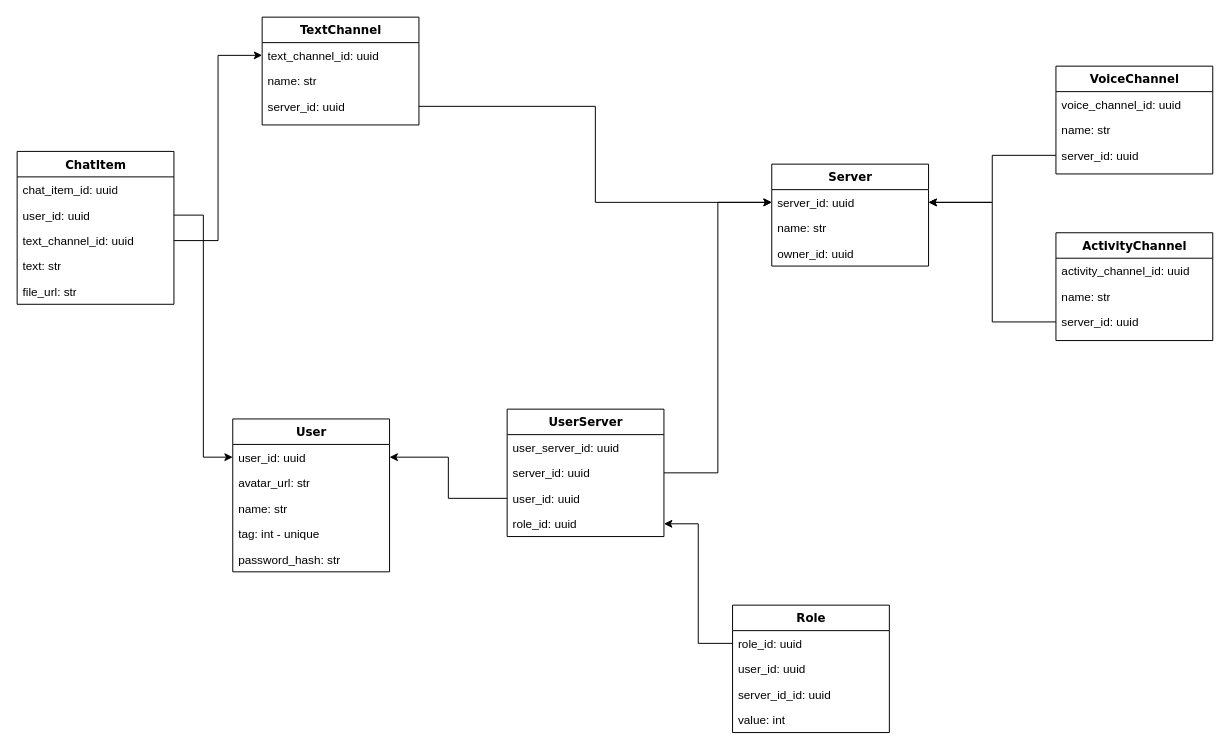
Earlier version of the draw.io diagram docs/db.drawio (Pavloffff/Coworking). Source tidied: cells renumbered, new cells numbered last; positions are measured from the earlier drawing's top-left corner, leaving out a move shared by most shapes. Both pictures are drawn from the tidied source at 98%, with x=0, y=0 at pixel (17, 17).
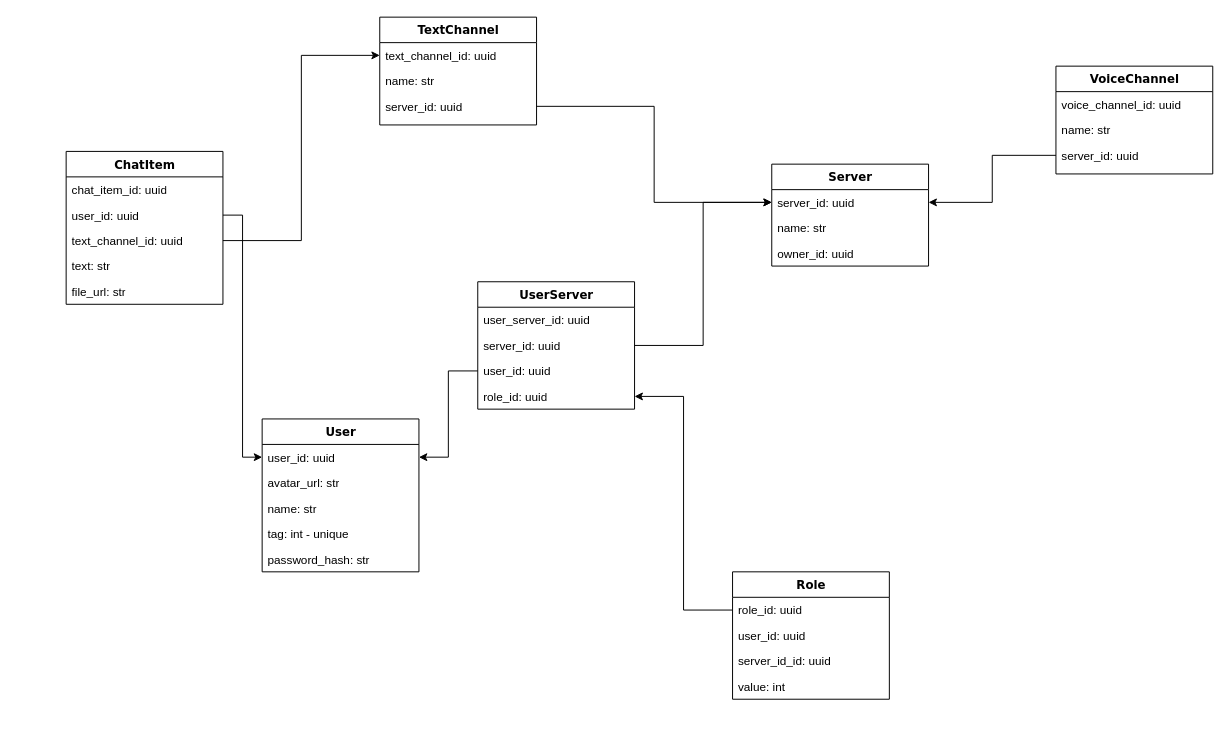
After the change.

The change refers to these unchanged cells:
```xml
<mxCell id="20" value="server_id: uuid" style="text;html=1;strokeColor=none;fillColor=none;align=left;verticalAlign=top;spacingLeft=4;spacingRight=4;whiteSpace=wrap;overflow=hidden;points=[[0,0.5],[1,0.5]];portConstraint=eastwest;" parent="19" vertex="1">
  <mxGeometry y="26" width="160" height="26" as="geometry" />
</mxCell>
```

Diff of the diagram source:
```diff
@@
     <mxCell id="2" value="ChatItem" style="swimlane;html=1;fontStyle=1;align=center;verticalAlign=top;horizontal=1;startSize=26;swimlaneFillColor=default;rounded=0;shadow=0;comic=0;labelBackgroundColor=none;strokeWidth=1;fillColor=none;fontFamily=Verdana;fontSize=12;strokeColor=default;" parent="1" vertex="1">
-      <mxGeometry y="137" width="160" height="156" as="geometry" />
+      <mxGeometry x="50" y="137" width="160" height="156" as="geometry" />
     </mxCell>
@@
     <mxCell id="8" value="User" style="swimlane;html=1;fontStyle=1;align=center;verticalAlign=top;horizontal=1;startSize=26;swimlaneFillColor=default;rounded=0;shadow=0;comic=0;labelBackgroundColor=none;strokeWidth=1;fillColor=none;fontFamily=Verdana;fontSize=12;strokeColor=default;" parent="1" vertex="1">
-      <mxGeometry x="220" y="410" width="160" height="156" as="geometry" />
+      <mxGeometry x="250" y="410" width="160" height="156" as="geometry" />
     </mxCell>
@@
     <mxCell id="14" value="TextChannel" style="swimlane;html=1;fontStyle=1;align=center;verticalAlign=top;horizontal=1;startSize=26;swimlaneFillColor=default;rounded=0;shadow=0;comic=0;labelBackgroundColor=none;strokeWidth=1;fillColor=none;fontFamily=Verdana;fontSize=12;strokeColor=default;" parent="1" vertex="1">
-      <mxGeometry x="250" width="160" height="110" as="geometry" />
+      <mxGeometry x="370" width="160" height="110" as="geometry" />
     </mxCell>
@@
     <mxCell id="25" value="UserServer" style="swimlane;html=1;fontStyle=1;align=center;verticalAlign=top;horizontal=1;startSize=26;swimlaneFillColor=default;rounded=0;shadow=0;comic=0;labelBackgroundColor=none;strokeWidth=1;fillColor=none;fontFamily=Verdana;fontSize=12;strokeColor=default;" parent="1" vertex="1">
-      <mxGeometry x="500" y="400" width="160" height="130" as="geometry" />
+      <mxGeometry x="470" y="270" width="160" height="130" as="geometry" />
     </mxCell>
@@
     <mxCell id="31" value="Role" style="swimlane;html=1;fontStyle=1;align=center;verticalAlign=top;horizontal=1;startSize=26;swimlaneFillColor=default;rounded=0;shadow=0;comic=0;labelBackgroundColor=none;strokeWidth=1;fillColor=none;fontFamily=Verdana;fontSize=12;strokeColor=default;" parent="1" vertex="1">
-      <mxGeometry x="730" y="600" width="160" height="130" as="geometry" />
+      <mxGeometry x="730" y="566" width="160" height="130" as="geometry" />
     </mxCell>
@@
-    <mxCell id="43" value="ActivityChannel" style="swimlane;html=1;fontStyle=1;align=center;verticalAlign=top;horizontal=1;startSize=26;swimlaneFillColor=default;rounded=0;shadow=0;comic=0;labelBackgroundColor=none;strokeWidth=1;fillColor=none;fontFamily=Verdana;fontSize=12;strokeColor=default;" parent="1" vertex="1">
-      <mxGeometry x="1060" y="220" width="160" height="110" as="geometry" />
-    </mxCell>
-    <mxCell id="44" value="activity_channel_id: uuid" style="text;html=1;strokeColor=none;fillColor=none;align=left;verticalAlign=top;spacingLeft=4;spacingRight=4;whiteSpace=wrap;overflow=hidden;" parent="43" vertex="1">
-      <mxGeometry y="26" width="160" height="26" as="geometry" />
-    </mxCell>
-    <mxCell id="45" value="name: str" style="text;html=1;strokeColor=none;fillColor=none;align=left;verticalAlign=top;spacingLeft=4;spacingRight=4;whiteSpace=wrap;overflow=hidden;" parent="43" vertex="1">
-      <mxGeometry y="52" width="160" height="26" as="geometry" />
-    </mxCell>
-    <mxCell id="46" value="&lt;div&gt;server_id: uuid&lt;/div&gt;" style="text;html=1;strokeColor=none;fillColor=none;align=left;verticalAlign=top;spacingLeft=4;spacingRight=4;whiteSpace=wrap;overflow=hidden;points=[[0,0.5],[1,0.5]];portConstraint=eastwest;" parent="43" vertex="1">
-      <mxGeometry y="78" width="160" height="26" as="geometry" />
-    </mxCell>
-    <mxCell id="47" style="edgeStyle=orthogonalEdgeStyle;rounded=0;jettySize=auto;html=1;entryX=1;entryY=0.5;entryDx=0;entryDy=0;" parent="1" edge="1" source="46" target="20">
-      <mxGeometry relative="1" as="geometry" />
-    </mxCell>
```
